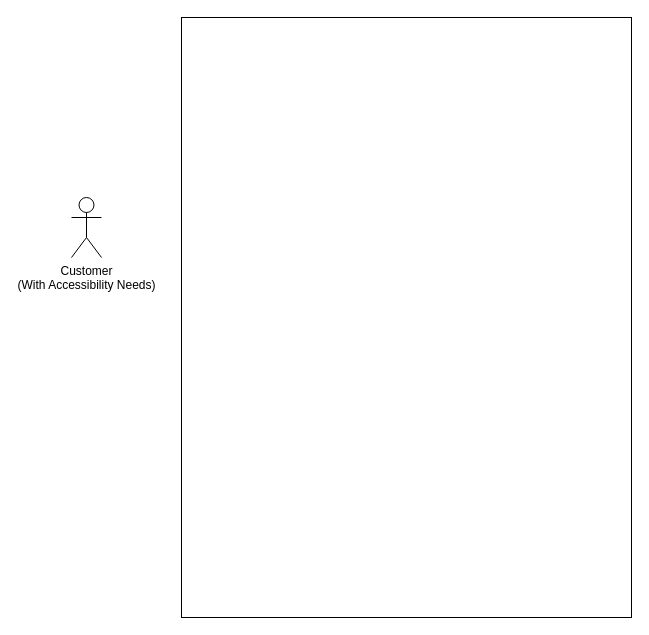
The draw.io diagram docs/uml/use-case diagrams/customer-with-needs.drawio in Damon-Martin/COMP-3000-Year-2024-2025, before the edit. Source tidied: cells renumbered, new cells numbered last; positions are measured from the earlier drawing's top-left corner, leaving out a move shared by most shapes. Both pictures are drawn from the tidied source at 100%, with x=0, y=0 at pixel (71, 17).
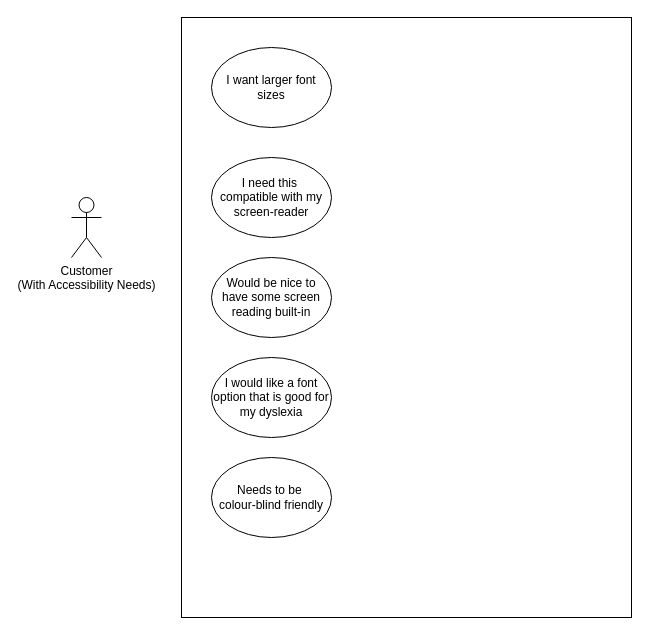
The same diagram, later.

Commit message (it also covers changes not shown here):
Admin Use Cases

Diff of the diagram source:
```diff
@@
 <mxGraphModel>
   <root>
     <mxCell id="0" />
     <mxCell id="1" parent="0" />
     <mxCell id="2" style="rounded=0;whiteSpace=wrap;html=1;" parent="1" vertex="1">
       <mxGeometry x="110" width="450" height="600" as="geometry" />
     </mxCell>
     <mxCell id="3" value="Customer&lt;div&gt;(With Accessibility Needs)&lt;/div&gt;" style="shape=umlActor;verticalLabelPosition=bottom;verticalAlign=top;html=1;" parent="1" vertex="1">
       <mxGeometry y="180" width="30" height="60" as="geometry" />
     </mxCell>
+    <mxCell id="4" value="I want larger font sizes" style="ellipse;whiteSpace=wrap;html=1;" parent="1" vertex="1">
+      <mxGeometry x="140" y="30" width="120" height="80" as="geometry" />
+    </mxCell>
+    <mxCell id="5" value="I need this&amp;nbsp;&lt;div&gt;compatible with my screen-reader&lt;/div&gt;" style="ellipse;whiteSpace=wrap;html=1;" parent="1" vertex="1">
+      <mxGeometry x="140" y="140" width="120" height="80" as="geometry" />
+    </mxCell>
+    <mxCell id="6" value="Would be nice to have some screen reading built-in" style="ellipse;whiteSpace=wrap;html=1;" parent="1" vertex="1">
+      <mxGeometry x="140" y="240" width="120" height="80" as="geometry" />
+    </mxCell>
+    <mxCell id="7" value="I would like a font option that is good for my dyslexia" style="ellipse;whiteSpace=wrap;html=1;" parent="1" vertex="1">
+      <mxGeometry x="140" y="340" width="120" height="80" as="geometry" />
+    </mxCell>
+    <mxCell id="8" value="Needs to be&amp;nbsp;&lt;div&gt;colour-blind friendly&lt;/div&gt;" style="ellipse;whiteSpace=wrap;html=1;" parent="1" vertex="1">
+      <mxGeometry x="140" y="440" width="120" height="80" as="geometry" />
+    </mxCell>
   </root>
 </mxGraphModel>
```
